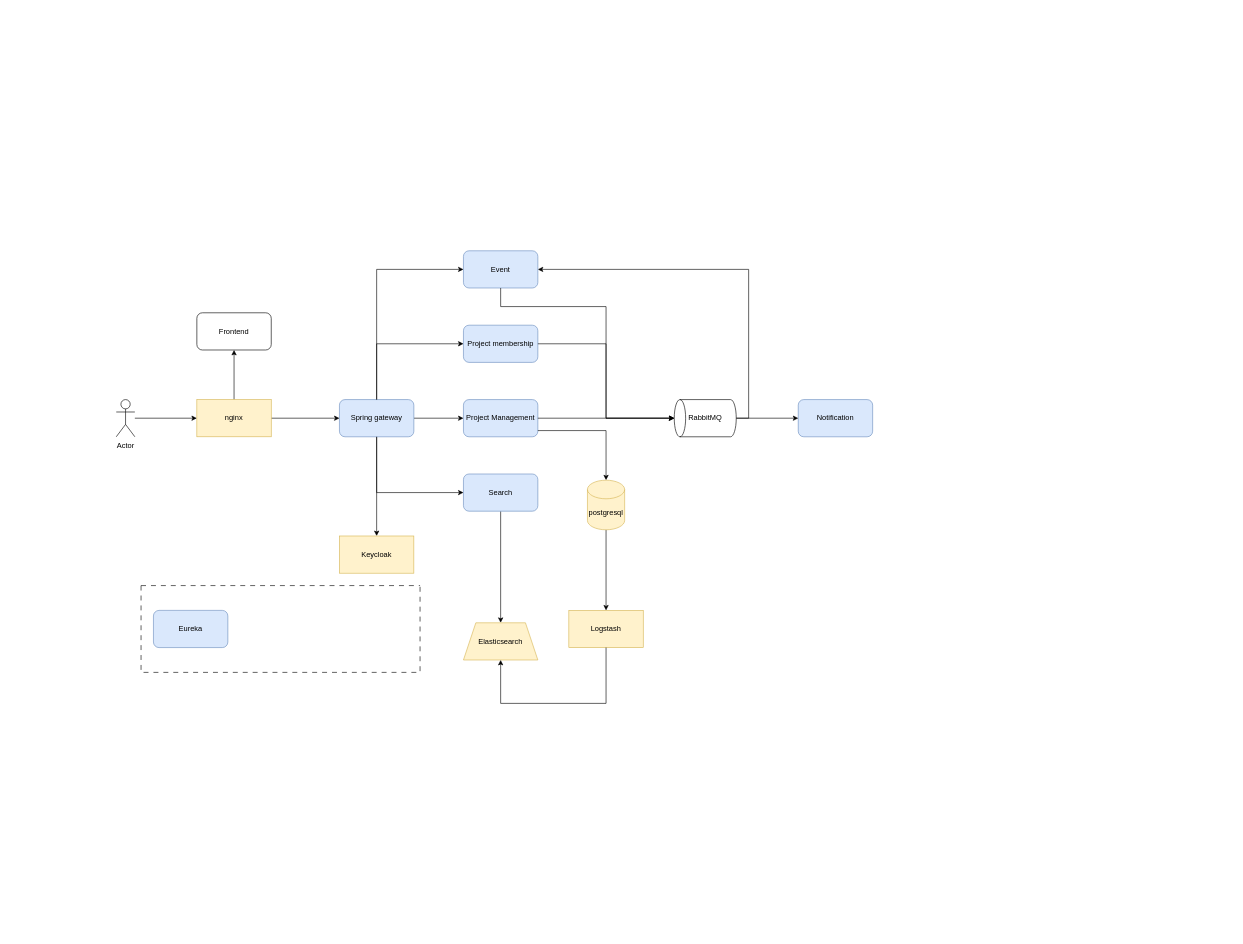
Above: page "Microservices" (6 of 6) of startup-team.drawio in wizewizzard/startup-team (draw.io), before the change. Source tidied: cells renumbered, new cells numbered last; positions are measured from the earlier drawing's top-left corner, leaving out a move shared by most shapes. Both pictures are drawn from the tidied source at 62%, with x=0, y=0 at pixel (116, 250).
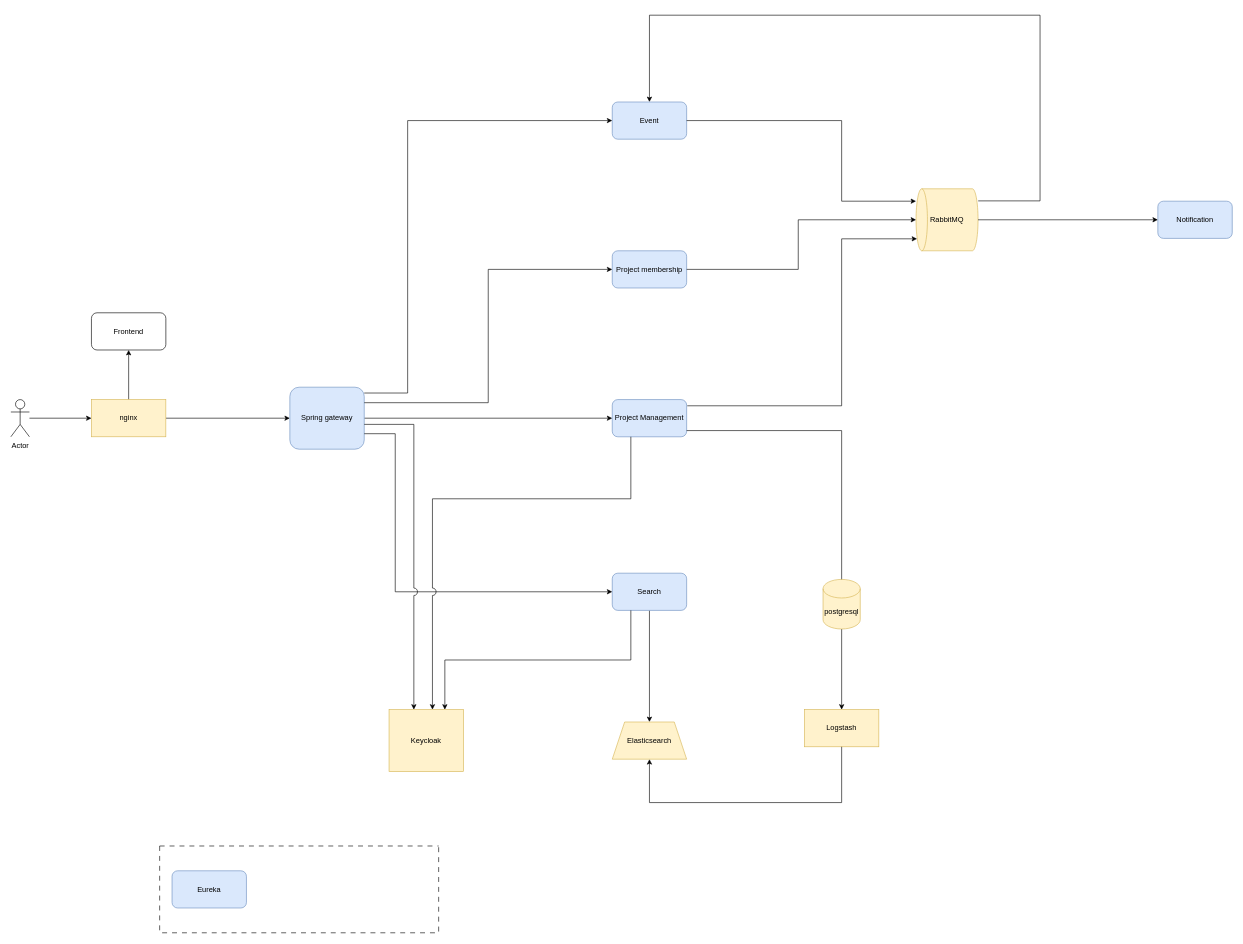
After the change.

Diff of the diagram source:
```diff
@@
     <mxCell id="4" value="nginx" style="rounded=0;whiteSpace=wrap;html=1;fillColor=#fff2cc;strokeColor=#d6b656;" parent="1" vertex="1">
-      <mxGeometry x="130" y="240" width="120" height="60" as="geometry" />
+      <mxGeometry x="-40" y="240" width="120" height="60" as="geometry" />
     </mxCell>
     <mxCell id="5" value="Frontend" style="rounded=1;whiteSpace=wrap;html=1;" parent="1" vertex="1">
-      <mxGeometry x="130" y="100" width="120" height="60" as="geometry" />
+      <mxGeometry x="-40" y="100" width="120" height="60" as="geometry" />
     </mxCell>
-    <mxCell id="6" style="edgeStyle=orthogonalEdgeStyle;rounded=0;jettySize=auto;html=1;" parent="1" edge="1" source="8" target="9">
-      <mxGeometry relative="1" as="geometry" />
-    </mxCell>
@@
     <mxCell id="8" value="Spring gateway" style="rounded=1;whiteSpace=wrap;html=1;fillColor=#dae8fc;strokeColor=#6c8ebf;" parent="1" vertex="1">
-      <mxGeometry x="360" y="240" width="120" height="60" as="geometry" />
+      <mxGeometry x="280" y="220" width="120" height="100" as="geometry" />
     </mxCell>
     <mxCell id="9" value="Keycloak" style="rounded=0;whiteSpace=wrap;html=1;fillColor=#fff2cc;strokeColor=#d6b656;" parent="1" vertex="1">
-      <mxGeometry x="360" y="460" width="120" height="60" as="geometry" />
+      <mxGeometry x="440" y="740" width="120" height="100" as="geometry" />
     </mxCell>
@@
     <mxCell id="11" value="Project Management" style="rounded=1;whiteSpace=wrap;html=1;fillColor=#dae8fc;strokeColor=#6c8ebf;" parent="1" vertex="1">
-      <mxGeometry x="560" y="240" width="120" height="60" as="geometry" />
+      <mxGeometry x="800" y="240" width="120" height="60" as="geometry" />
     </mxCell>
@@
     <mxCell id="13" value="Actor" style="shape=umlActor;verticalLabelPosition=bottom;verticalAlign=top;html=1;outlineConnect=0;" parent="1" vertex="1">
-      <mxGeometry y="240" width="30" height="60" as="geometry" />
+      <mxGeometry x="-170" y="240" width="30" height="60" as="geometry" />
     </mxCell>
-    <mxCell id="14" style="swimlane;startSize=0;dashed=1;dashPattern=8 8;" parent="1" vertex="1">
-      <mxGeometry x="40" y="540" width="450" height="140" as="geometry" />
-    </mxCell>
+    <mxCell id="35" style="swimlane;startSize=0;dashed=1;dashPattern=8 8;" parent="1" vertex="1">
+      <mxGeometry x="70" y="960" width="450" height="140" as="geometry" />
+    </mxCell>
-    <mxCell id="15" value="Eureka" style="rounded=1;whiteSpace=wrap;html=1;fillColor=#dae8fc;strokeColor=#6c8ebf;" parent="14" vertex="1">
+    <mxCell id="15" value="Eureka" style="rounded=1;whiteSpace=wrap;html=1;fillColor=#dae8fc;strokeColor=#6c8ebf;" parent="35" vertex="1">
       <mxGeometry x="20" y="40" width="120" height="60" as="geometry" />
     </mxCell>
@@
     <mxCell id="17" value="Search" style="rounded=1;whiteSpace=wrap;html=1;fillColor=#dae8fc;strokeColor=#6c8ebf;" parent="1" vertex="1">
-      <mxGeometry x="560" y="360" width="120" height="60" as="geometry" />
+      <mxGeometry x="800" y="520" width="120" height="60" as="geometry" />
     </mxCell>
     <mxCell id="18" value="Elasticsearch" style="shape=trapezoid;perimeter=trapezoidPerimeter;whiteSpace=wrap;html=1;fixedSize=1;fillColor=#fff2cc;strokeColor=#d6b656;" parent="1" vertex="1">
-      <mxGeometry x="560" y="600" width="120" height="60" as="geometry" />
+      <mxGeometry x="800" y="760" width="120" height="60" as="geometry" />
     </mxCell>
     <mxCell id="19" value="Logstash" style="rounded=0;whiteSpace=wrap;html=1;fillColor=#fff2cc;strokeColor=#d6b656;" parent="1" vertex="1">
-      <mxGeometry x="730" y="580" width="120" height="60" as="geometry" />
+      <mxGeometry x="1110" y="740" width="120" height="60" as="geometry" />
     </mxCell>
     <mxCell id="20" style="endArrow=classic;html=1;rounded=0;exitX=0.5;exitY=1;exitDx=0;exitDy=0;entryX=0.5;entryY=1;entryDx=0;entryDy=0;edgeStyle=orthogonalEdgeStyle;" parent="1" edge="1" source="19" target="18">
       <mxGeometry relative="1" as="geometry">
         <Array as="points">
-          <mxPoint x="790" y="730" />
-          <mxPoint x="620" y="730" />
+          <mxPoint x="1170" y="890" />
+          <mxPoint x="860" y="890" />
         </Array>
       </mxGeometry>
     </mxCell>
-    <mxCell id="21" style="edgeStyle=orthogonalEdgeStyle;rounded=0;jettySize=auto;html=1;" parent="1" edge="1" source="11" target="22">
-      <mxGeometry relative="1" as="geometry">
-        <Array as="points">
-          <mxPoint x="790" y="290" />
-        </Array>
-      </mxGeometry>
-    </mxCell>
+    <mxCell id="36" style="edgeStyle=orthogonalEdgeStyle;rounded=0;orthogonalLoop=1;jettySize=auto;html=1;" parent="1" edge="1">
+      <mxGeometry relative="1" as="geometry">
+        <mxPoint x="920" y="290" as="sourcePoint" />
+        <mxPoint x="1170" y="560" as="targetPoint" />
+        <Array as="points">
+          <mxPoint x="1170" y="290" />
+        </Array>
+      </mxGeometry>
+    </mxCell>
     <mxCell id="22" value="postgresql" style="shape=cylinder3;whiteSpace=wrap;html=1;boundedLbl=1;backgroundOutline=1;size=15;fillColor=#fff2cc;strokeColor=#d6b656;" parent="1" vertex="1">
-      <mxGeometry x="760" y="370" width="60" height="80" as="geometry" />
+      <mxGeometry x="1140" y="530" width="60" height="80" as="geometry" />
     </mxCell>
     <mxCell id="23" value="Project membership" style="rounded=1;whiteSpace=wrap;html=1;fillColor=#dae8fc;strokeColor=#6c8ebf;" parent="1" vertex="1">
-      <mxGeometry x="560" y="120" width="120" height="60" as="geometry" />
+      <mxGeometry x="800" width="120" height="60" as="geometry" />
     </mxCell>
-    <mxCell id="24" style="endArrow=classic;html=1;rounded=0;exitX=0.5;exitY=0;exitDx=0;exitDy=0;entryX=0;entryY=0.5;entryDx=0;entryDy=0;edgeStyle=orthogonalEdgeStyle;" parent="1" edge="1" source="8" target="23">
+    <mxCell id="24" style="endArrow=classic;html=1;rounded=0;exitX=1;exitY=0.25;exitDx=0;exitDy=0;entryX=0;entryY=0.5;entryDx=0;entryDy=0;edgeStyle=orthogonalEdgeStyle;" parent="1" edge="1" source="8" target="23">
       <mxGeometry relative="1" as="geometry" />
     </mxCell>
-    <mxCell id="25" style="edgeStyle=orthogonalEdgeStyle;rounded=0;jettySize=auto;html=1;exitX=0;exitY=0.5;exitDx=0;exitDy=0;exitPerimeter=0;" parent="1" edge="1" source="26" target="28">
+    <mxCell id="25" style="edgeStyle=orthogonalEdgeStyle;rounded=0;jettySize=auto;html=1;exitX=-0.002;exitY=0.805;exitDx=0;exitDy=0;exitPerimeter=0;entryX=0.5;entryY=0;entryDx=0;entryDy=0;" parent="1" edge="1" source="26" target="28">
       <mxGeometry relative="1" as="geometry">
         <Array as="points">
-          <mxPoint x="1020" y="270" />
-          <mxPoint x="1020" y="30" />
+          <mxPoint x="1490" y="-80" />
+          <mxPoint x="1490" y="-380" />
+          <mxPoint x="860" y="-380" />
         </Array>
       </mxGeometry>
     </mxCell>
-    <mxCell id="26" value="RabbitMQ" style="strokeWidth=1;html=1;shape=mxgraph.flowchart.direct_data;whiteSpace=wrap;direction=west;" parent="1" vertex="1">
-      <mxGeometry x="900" y="240" width="100" height="60" as="geometry" />
+    <mxCell id="26" value="RabbitMQ" style="strokeWidth=1;html=1;shape=mxgraph.flowchart.direct_data;whiteSpace=wrap;direction=west;fillColor=#fff2cc;strokeColor=#d6b656;" parent="1" vertex="1">
+      <mxGeometry x="1290" y="-100" width="100" height="100" as="geometry" />
     </mxCell>
     <mxCell id="27" style="endArrow=classic;html=1;rounded=0;exitX=1;exitY=0.5;exitDx=0;exitDy=0;entryX=1;entryY=0.5;entryDx=0;entryDy=0;entryPerimeter=0;edgeStyle=orthogonalEdgeStyle;" parent="1" edge="1" source="23" target="26">
       <mxGeometry relative="1" as="geometry">
         <Array as="points">
-          <mxPoint x="790" y="150" />
-          <mxPoint x="790" y="270" />
+          <mxPoint x="1100" y="30" />
+          <mxPoint x="1100" y="-50" />
         </Array>
       </mxGeometry>
     </mxCell>
     <mxCell id="28" value="Event" style="rounded=1;whiteSpace=wrap;html=1;fillColor=#dae8fc;strokeColor=#6c8ebf;" parent="1" vertex="1">
-      <mxGeometry x="560" width="120" height="60" as="geometry" />
+      <mxGeometry x="800" y="-240" width="120" height="60" as="geometry" />
     </mxCell>
     <mxCell id="29" value="Notification" style="rounded=1;whiteSpace=wrap;html=1;fillColor=#dae8fc;strokeColor=#6c8ebf;" parent="1" vertex="1">
-      <mxGeometry x="1100" y="240" width="120" height="60" as="geometry" />
+      <mxGeometry x="1680" y="-80" width="120" height="60" as="geometry" />
     </mxCell>
-    <mxCell id="30" style="endArrow=classic;html=1;rounded=0;exitX=0.5;exitY=1;exitDx=0;exitDy=0;entryX=1;entryY=0.5;entryDx=0;entryDy=0;entryPerimeter=0;edgeStyle=orthogonalEdgeStyle;" parent="1" edge="1" source="28" target="26">
-      <mxGeometry relative="1" as="geometry">
-        <Array as="points">
-          <mxPoint x="620" y="90" />
-          <mxPoint x="790" y="90" />
-          <mxPoint x="790" y="270" />
-        </Array>
-      </mxGeometry>
-    </mxCell>
+    <mxCell id="37" style="endArrow=classic;html=1;rounded=0;exitX=1;exitY=0.5;exitDx=0;exitDy=0;edgeStyle=orthogonalEdgeStyle;" parent="1" edge="1" source="28">
+      <mxGeometry relative="1" as="geometry">
+        <mxPoint x="1290" y="-80" as="targetPoint" />
+        <Array as="points">
+          <mxPoint x="1170" y="-210" />
+          <mxPoint x="1170" y="-80" />
+        </Array>
+      </mxGeometry>
+    </mxCell>
@@
-    <mxCell id="32" style="endArrow=classic;html=1;rounded=0;exitX=0.5;exitY=1;exitDx=0;exitDy=0;entryX=0;entryY=0.5;entryDx=0;entryDy=0;edgeStyle=orthogonalEdgeStyle;" parent="1" edge="1" source="8" target="17">
-      <mxGeometry relative="1" as="geometry" />
+    <mxCell id="32" style="endArrow=classic;html=1;rounded=0;exitX=1;exitY=0.75;exitDx=0;exitDy=0;entryX=0;entryY=0.5;entryDx=0;entryDy=0;edgeStyle=orthogonalEdgeStyle;jumpStyle=none;jumpSize=12;" parent="1" edge="1" source="8" target="17">
+      <mxGeometry relative="1" as="geometry">
+        <Array as="points">
+          <mxPoint x="450" y="295" />
+          <mxPoint x="450" y="550" />
+        </Array>
+      </mxGeometry>
     </mxCell>
-    <mxCell id="33" style="endArrow=classic;html=1;rounded=0;exitX=1;exitY=0.5;exitDx=0;exitDy=0;entryX=1;entryY=0.5;entryDx=0;entryDy=0;entryPerimeter=0;" parent="1" edge="1" source="11" target="26">
-      <mxGeometry relative="1" as="geometry" />
-    </mxCell>
+    <mxCell id="38" style="endArrow=classic;html=1;rounded=0;entryX=0.984;entryY=0.193;entryDx=0;entryDy=0;entryPerimeter=0;edgeStyle=orthogonalEdgeStyle;" parent="1" edge="1" target="26">
+      <mxGeometry relative="1" as="geometry">
+        <mxPoint x="921" y="250" as="sourcePoint" />
+        <Array as="points">
+          <mxPoint x="921" y="250" />
+          <mxPoint x="1170" y="250" />
+          <mxPoint x="1170" y="-19" />
+        </Array>
+      </mxGeometry>
+    </mxCell>
-    <mxCell id="34" style="endArrow=classic;html=1;rounded=0;exitX=0.5;exitY=0;exitDx=0;exitDy=0;entryX=0;entryY=0.5;entryDx=0;entryDy=0;edgeStyle=orthogonalEdgeStyle;" parent="1" edge="1" source="8" target="28">
-      <mxGeometry relative="1" as="geometry" />
+    <mxCell id="34" style="endArrow=classic;html=1;rounded=0;exitX=1;exitY=0.094;exitDx=0;exitDy=0;entryX=0;entryY=0.5;entryDx=0;entryDy=0;edgeStyle=orthogonalEdgeStyle;exitPerimeter=0;" parent="1" edge="1" source="8" target="28">
+      <mxGeometry relative="1" as="geometry">
+        <Array as="points">
+          <mxPoint x="470" y="229" />
+          <mxPoint x="470" y="-210" />
+        </Array>
+      </mxGeometry>
     </mxCell>
+    <mxCell id="39" style="endArrow=classic;html=1;rounded=0;exitX=0.25;exitY=1;exitDx=0;exitDy=0;entryX=0.75;entryY=0;entryDx=0;entryDy=0;edgeStyle=orthogonalEdgeStyle;" parent="1" edge="1" source="17" target="9">
+      <mxGeometry relative="1" as="geometry" />
+    </mxCell>
+    <mxCell id="40" style="endArrow=classic;html=1;rounded=0;exitX=0.25;exitY=1;exitDx=0;exitDy=0;edgeStyle=orthogonalEdgeStyle;jumpStyle=arc;jumpSize=12;" parent="1" edge="1" source="11">
+      <mxGeometry relative="1" as="geometry">
+        <mxPoint x="510" y="740" as="targetPoint" />
+        <Array as="points">
+          <mxPoint x="830" y="400" />
+          <mxPoint x="510" y="400" />
+        </Array>
+      </mxGeometry>
+    </mxCell>
+    <mxCell id="6" style="edgeStyle=orthogonalEdgeStyle;rounded=0;jettySize=auto;html=1;jumpStyle=arc;jumpSize=12;" parent="1" edge="1" source="8" target="9">
+      <mxGeometry relative="1" as="geometry">
+        <Array as="points">
+          <mxPoint x="480" y="280" />
+        </Array>
+      </mxGeometry>
+    </mxCell>
```
